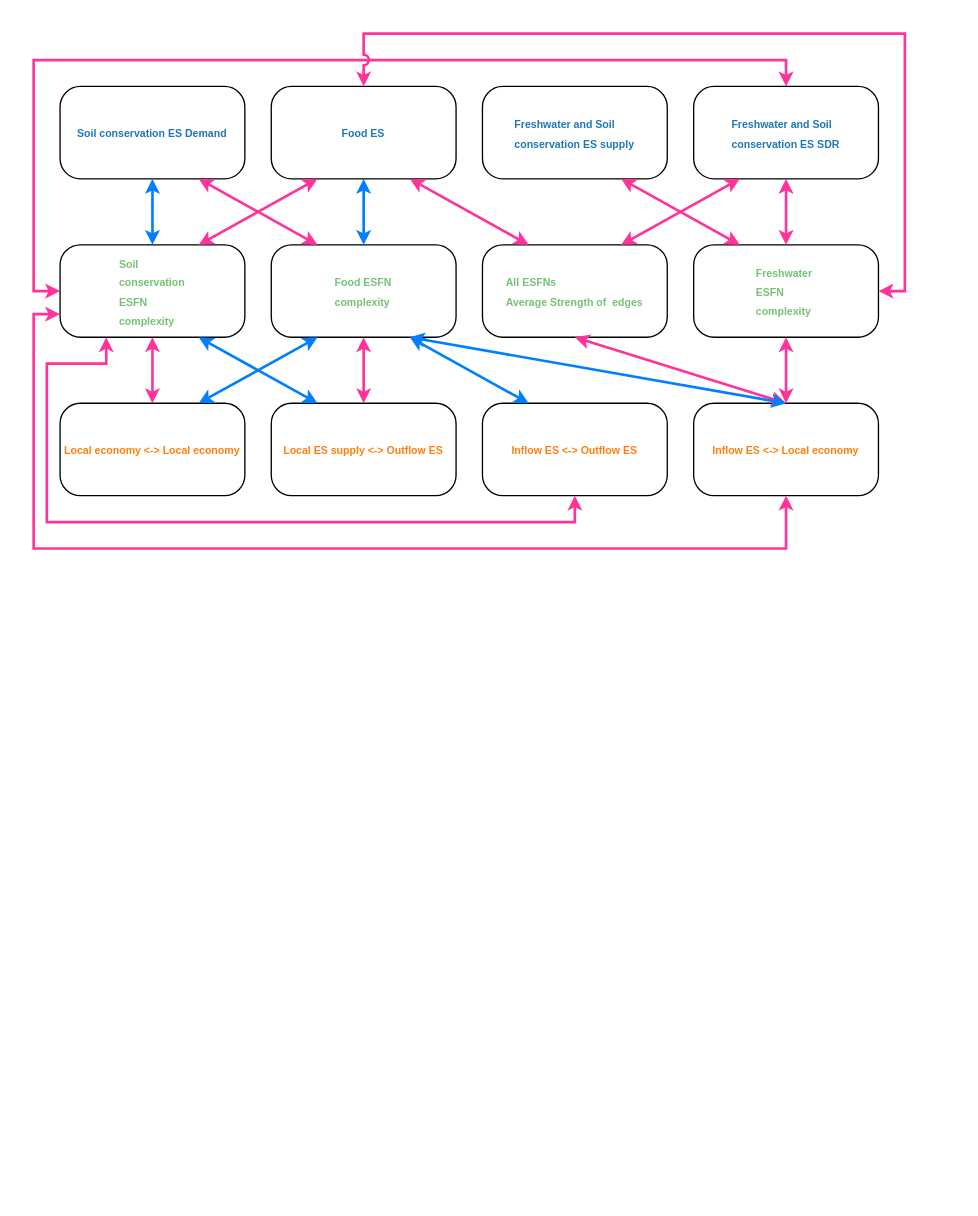
Earlier version of the draw.io diagram MIN_ESFN.drawio (THRILLERLEMON/Draw.IO). Source tidied: cells renumbered, new cells numbered last; positions are measured from the earlier drawing's top-left corner, leaving out a move shared by most shapes. Both pictures are drawn from the tidied source at 132%, with x=0, y=0 at pixel (33, 33).
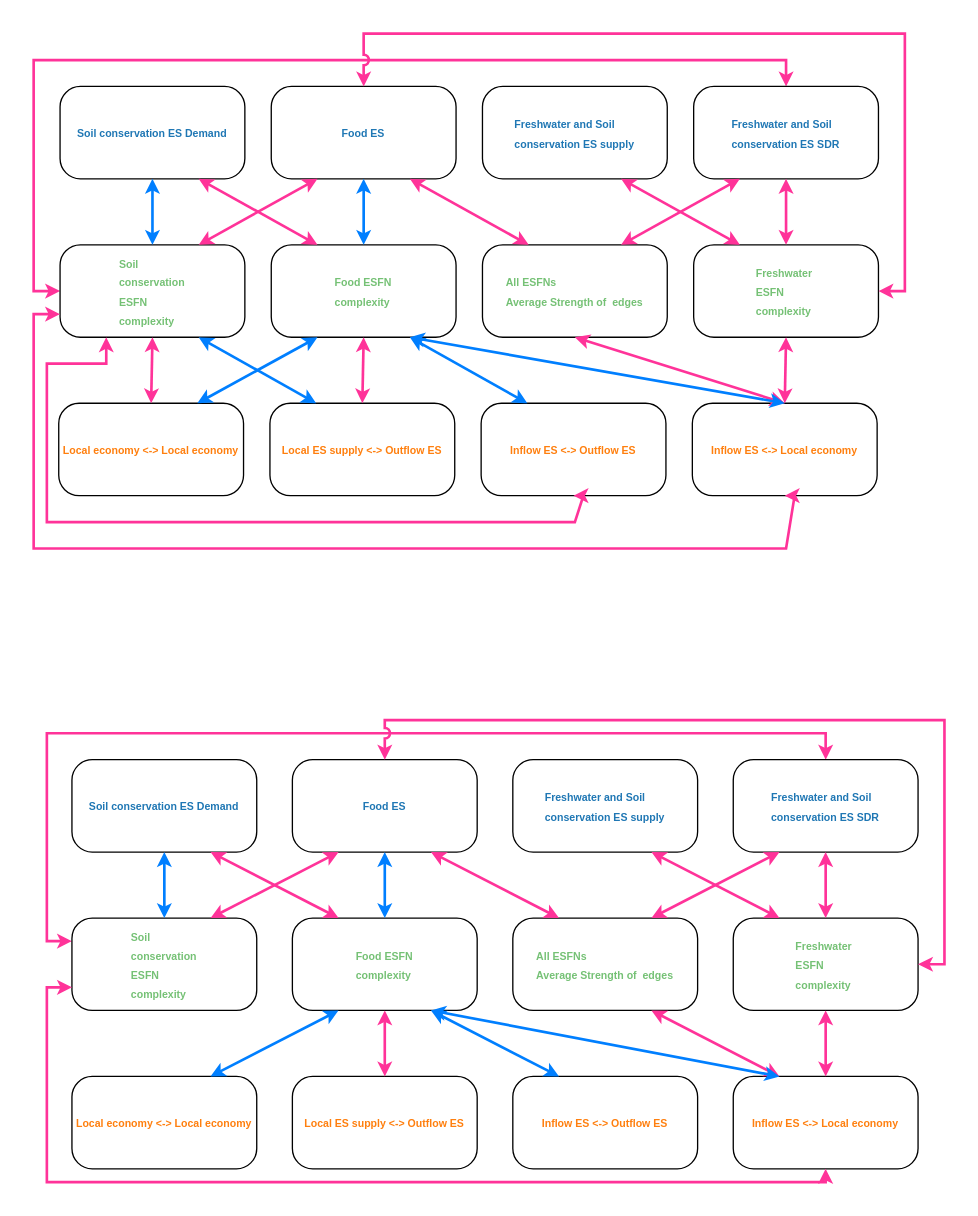
Above is the later version.

Change to the diagram source:
```diff
@@
     <mxCell id="11" value="&lt;span style=&quot;color: rgb(255, 127, 14); font-size: 8px; font-weight: 700; text-align: left;&quot;&gt;Local economy &amp;lt;-&amp;gt; Local economy&lt;/span&gt;" style="rounded=1;whiteSpace=wrap;html=1;arcSize=22;" parent="1" vertex="1">
-      <mxGeometry x="20" y="280" width="140" height="70" as="geometry" />
+      <mxGeometry x="19" y="280" width="140" height="70" as="geometry" />
     </mxCell>
     <mxCell id="12" value="&lt;b style=&quot;color: rgb(255, 127, 14); font-size: 8px; text-align: left;&quot;&gt;Local ES supply &amp;lt;-&amp;gt; Outflow ES&lt;/b&gt;" style="rounded=1;whiteSpace=wrap;html=1;arcSize=22;" parent="1" vertex="1">
-      <mxGeometry x="180" y="280" width="140" height="70" as="geometry" />
+      <mxGeometry x="179" y="280" width="140" height="70" as="geometry" />
     </mxCell>
     <mxCell id="13" value="&lt;b style=&quot;color: rgb(255, 127, 14); font-size: 8px; text-align: left;&quot;&gt;Inflow ES &amp;lt;-&amp;gt; Outflow ES&lt;/b&gt;" style="rounded=1;whiteSpace=wrap;html=1;arcSize=22;" parent="1" vertex="1">
-      <mxGeometry x="340" y="280" width="140" height="70" as="geometry" />
+      <mxGeometry x="339" y="280" width="140" height="70" as="geometry" />
     </mxCell>
     <mxCell id="14" value="&lt;b style=&quot;color: rgb(255, 127, 14); font-size: 8px; text-align: left;&quot;&gt;Inflow ES &amp;lt;-&amp;gt; Local economy&lt;/b&gt;" style="rounded=1;whiteSpace=wrap;html=1;arcSize=22;" parent="1" vertex="1">
-      <mxGeometry x="500" y="280" width="140" height="70" as="geometry" />
+      <mxGeometry x="499" y="280" width="140" height="70" as="geometry" />
     </mxCell>
@@
+    <mxCell id="34" value="&lt;p style=&quot;language:zh-CN;margin-top:0pt;margin-bottom:0pt;margin-left:0in;&lt;br/&gt;text-align:left;direction:ltr;unicode-bidi:embed;mso-line-break-override:none;&lt;br/&gt;word-break:normal;punctuation-wrap:hanging&quot;&gt;&lt;span style=&quot;color: rgb(31, 119, 180); font-family: Arial; font-size: 8px; font-weight: 700;&quot;&gt;Soil&amp;nbsp;&lt;/span&gt;&lt;span style=&quot;color: rgb(31, 119, 180); font-family: Arial; font-size: 8px; font-weight: 700;&quot;&gt;conservation ES Demand&lt;/span&gt;&lt;br&gt;&lt;/p&gt;" style="rounded=1;whiteSpace=wrap;html=1;arcSize=22;" parent="1" vertex="1">
+      <mxGeometry x="29" y="550" width="140" height="70" as="geometry" />
+    </mxCell>
+    <mxCell id="35" value="&lt;span style=&quot;color: rgb(31, 119, 180); font-size: 8px; font-weight: 700; text-align: left;&quot;&gt;Food ES&lt;/span&gt;" style="rounded=1;whiteSpace=wrap;html=1;arcSize=22;" parent="1" vertex="1">
+      <mxGeometry x="196" y="550" width="140" height="70" as="geometry" />
+    </mxCell>
+    <mxCell id="36" value="&lt;p style=&quot;text-align: left; margin-top: 0pt; margin-bottom: 0pt; margin-left: 0in; direction: ltr; unicode-bidi: embed; word-break: normal;&quot;&gt;&lt;font style=&quot;font-size: 8px;&quot;&gt;&lt;span style=&quot;color: rgb(31, 119, 180); font-weight: bold;&quot;&gt;Freshwater&amp;nbsp;&lt;/span&gt;&lt;span style=&quot;color: rgb(31, 119, 180); font-weight: bold; background-color: initial;&quot;&gt;and&amp;nbsp;&lt;/span&gt;&lt;span style=&quot;color: rgb(31, 119, 180); font-weight: bold; background-color: initial;&quot;&gt;Soil&amp;nbsp;&lt;/span&gt;&lt;/font&gt;&lt;/p&gt;&lt;p style=&quot;text-align: left; margin-top: 0pt; margin-bottom: 0pt; margin-left: 0in; direction: ltr; unicode-bidi: embed; word-break: normal;&quot;&gt;&lt;font style=&quot;font-size: 8px;&quot;&gt;&lt;span style=&quot;color: rgb(31, 119, 180); font-weight: bold; background-color: initial;&quot;&gt;conservation&lt;/span&gt;&lt;span style=&quot;background-color: initial; color: rgb(31, 119, 180); font-weight: bold;&quot;&gt;&amp;nbsp;&lt;/span&gt;&lt;span style=&quot;background-color: initial; color: rgb(31, 119, 180); font-weight: bold;&quot;&gt;ES&amp;nbsp;&lt;/span&gt;&lt;span style=&quot;color: rgb(31, 119, 180); font-weight: bold; background-color: initial;&quot;&gt;supply&lt;/span&gt;&lt;/font&gt;&lt;/p&gt;" style="rounded=1;whiteSpace=wrap;html=1;arcSize=22;" parent="1" vertex="1">
+      <mxGeometry x="363" y="550" width="140" height="70" as="geometry" />
+    </mxCell>
+    <mxCell id="37" style="edgeStyle=orthogonalEdgeStyle;rounded=0;jettySize=auto;html=1;exitX=0.5;exitY=0;exitDx=0;exitDy=0;startArrow=classic;startFill=1;endSize=5;startSize=5;strokeWidth=2;strokeColor=#FF3399;entryX=0;entryY=0.25;entryDx=0;entryDy=0;" parent="1" edge="1" source="38" target="39">
+      <mxGeometry relative="1" as="geometry">
+        <Array as="points">
+          <mxPoint x="600" y="530" />
+          <mxPoint x="10" y="530" />
+          <mxPoint x="10" y="688" />
+        </Array>
+      </mxGeometry>
+    </mxCell>
+    <mxCell id="38" value="&lt;p style=&quot;text-align: left; margin-top: 0pt; margin-bottom: 0pt; margin-left: 0in; direction: ltr; unicode-bidi: embed; word-break: normal;&quot;&gt;&lt;font style=&quot;font-size: 8px;&quot;&gt;&lt;span style=&quot;color: rgb(31, 119, 180); font-weight: bold;&quot;&gt;Freshwater&amp;nbsp;&lt;/span&gt;&lt;span style=&quot;color: rgb(31, 119, 180); font-weight: bold; background-color: initial;&quot;&gt;and&amp;nbsp;&lt;/span&gt;&lt;span style=&quot;color: rgb(31, 119, 180); font-weight: bold; background-color: initial;&quot;&gt;Soil&amp;nbsp;&lt;/span&gt;&lt;/font&gt;&lt;/p&gt;&lt;p style=&quot;text-align: left; margin-top: 0pt; margin-bottom: 0pt; margin-left: 0in; direction: ltr; unicode-bidi: embed; word-break: normal;&quot;&gt;&lt;font style=&quot;font-size: 8px;&quot;&gt;&lt;span style=&quot;color: rgb(31, 119, 180); font-weight: bold; background-color: initial;&quot;&gt;conservation&lt;/span&gt;&lt;span style=&quot;background-color: initial; color: rgb(31, 119, 180); font-weight: bold;&quot;&gt;&amp;nbsp;&lt;/span&gt;&lt;span style=&quot;background-color: initial; color: rgb(31, 119, 180); font-weight: bold;&quot;&gt;ES&amp;nbsp;&lt;/span&gt;&lt;span style=&quot;color: rgb(31, 119, 180); font-weight: bold; background-color: initial;&quot;&gt;SDR&lt;/span&gt;&lt;/font&gt;&lt;/p&gt;" style="rounded=1;whiteSpace=wrap;html=1;arcSize=22;" parent="1" vertex="1">
+      <mxGeometry x="530" y="550" width="140" height="70" as="geometry" />
+    </mxCell>
+    <mxCell id="39" value="&lt;p style=&quot;text-align: left; margin-top: 0pt; margin-bottom: 0pt; margin-left: 0in; direction: ltr; unicode-bidi: embed; word-break: normal;&quot;&gt;&lt;font color=&quot;#75c175&quot;&gt;&lt;span style=&quot;font-size: 8px;&quot;&gt;&lt;b&gt;Soil&amp;nbsp;&lt;/b&gt;&lt;/span&gt;&lt;/font&gt;&lt;/p&gt;&lt;p style=&quot;text-align: left; margin-top: 0pt; margin-bottom: 0pt; margin-left: 0in; direction: ltr; unicode-bidi: embed; word-break: normal;&quot;&gt;&lt;font color=&quot;#75c175&quot;&gt;&lt;span style=&quot;font-size: 8px;&quot;&gt;&lt;b&gt;conservation&lt;/b&gt;&lt;/span&gt;&lt;/font&gt;&lt;/p&gt;&lt;p style=&quot;text-align: left; margin-top: 0pt; margin-bottom: 0pt; margin-left: 0in; direction: ltr; unicode-bidi: embed; word-break: normal;&quot;&gt;&lt;font color=&quot;#75c175&quot;&gt;&lt;span style=&quot;font-size: 8px;&quot;&gt;&lt;b&gt;ESFN&lt;/b&gt;&lt;/span&gt;&lt;/font&gt;&lt;/p&gt;&lt;p style=&quot;text-align: left; margin-top: 0pt; margin-bottom: 0pt; margin-left: 0in; direction: ltr; unicode-bidi: embed; word-break: normal;&quot;&gt;&lt;font color=&quot;#75c175&quot;&gt;&lt;span style=&quot;font-size: 8px;&quot;&gt;&lt;b&gt;complexity&lt;/b&gt;&lt;/span&gt;&lt;/font&gt;&lt;/p&gt;" style="rounded=1;whiteSpace=wrap;html=1;arcSize=22;" parent="1" vertex="1">
+      <mxGeometry x="29" y="670" width="140" height="70" as="geometry" />
+    </mxCell>
+    <mxCell id="40" value="&lt;p style=&quot;text-align: left; margin-top: 0pt; margin-bottom: 0pt; margin-left: 0in; direction: ltr; unicode-bidi: embed; word-break: normal;&quot;&gt;&lt;font color=&quot;#75c175&quot;&gt;&lt;span style=&quot;font-size: 8px;&quot;&gt;&lt;b&gt;Food ESFN&lt;/b&gt;&lt;/span&gt;&lt;/font&gt;&lt;/p&gt;&lt;p style=&quot;text-align: left; margin-top: 0pt; margin-bottom: 0pt; margin-left: 0in; direction: ltr; unicode-bidi: embed; word-break: normal;&quot;&gt;&lt;font color=&quot;#75c175&quot;&gt;&lt;span style=&quot;font-size: 8px;&quot;&gt;&lt;b&gt;complexity&lt;/b&gt;&lt;/span&gt;&lt;/font&gt;&lt;/p&gt;" style="rounded=1;whiteSpace=wrap;html=1;arcSize=22;" parent="1" vertex="1">
+      <mxGeometry x="196" y="670" width="140" height="70" as="geometry" />
+    </mxCell>
+    <mxCell id="41" value="&lt;p style=&quot;text-align: left; margin-top: 0pt; margin-bottom: 0pt; margin-left: 0in; direction: ltr; unicode-bidi: embed; word-break: normal;&quot;&gt;&lt;font color=&quot;#75c175&quot;&gt;&lt;span style=&quot;font-size: 8px;&quot;&gt;&lt;b&gt;All ESFNs&lt;/b&gt;&lt;/span&gt;&lt;/font&gt;&lt;/p&gt;&lt;p style=&quot;text-align: left; margin-top: 0pt; margin-bottom: 0pt; margin-left: 0in; direction: ltr; unicode-bidi: embed; word-break: normal;&quot;&gt;&lt;font color=&quot;#75c175&quot;&gt;&lt;span style=&quot;font-size: 8px;&quot;&gt;&lt;b&gt;Average&amp;nbsp;&lt;/b&gt;&lt;/span&gt;&lt;/font&gt;&lt;b style=&quot;font-size: 8px; color: rgb(117, 193, 117); background-color: initial;&quot;&gt;Strength of&amp;nbsp;&amp;nbsp;&lt;/b&gt;&lt;b style=&quot;font-size: 8px; color: rgb(117, 193, 117); background-color: initial;&quot;&gt;edges&lt;/b&gt;&lt;/p&gt;" style="rounded=1;whiteSpace=wrap;html=1;arcSize=22;" parent="1" vertex="1">
+      <mxGeometry x="363" y="670" width="140" height="70" as="geometry" />
+    </mxCell>
+    <mxCell id="42" value="&lt;p style=&quot;text-align: left; margin-top: 0pt; margin-bottom: 0pt; margin-left: 0in; direction: ltr; unicode-bidi: embed; word-break: normal;&quot;&gt;&lt;font color=&quot;#75c175&quot;&gt;&lt;span style=&quot;font-size: 8px;&quot;&gt;&lt;b&gt;Freshwater&amp;nbsp;&lt;/b&gt;&lt;/span&gt;&lt;/font&gt;&lt;/p&gt;&lt;p style=&quot;text-align: left; margin-top: 0pt; margin-bottom: 0pt; margin-left: 0in; direction: ltr; unicode-bidi: embed; word-break: normal;&quot;&gt;&lt;font color=&quot;#75c175&quot;&gt;&lt;span style=&quot;font-size: 8px;&quot;&gt;&lt;b&gt;ESFN&lt;/b&gt;&lt;/span&gt;&lt;/font&gt;&lt;/p&gt;&lt;p style=&quot;text-align: left; margin-top: 0pt; margin-bottom: 0pt; margin-left: 0in; direction: ltr; unicode-bidi: embed; word-break: normal;&quot;&gt;&lt;font color=&quot;#75c175&quot;&gt;&lt;span style=&quot;font-size: 8px;&quot;&gt;&lt;b&gt;complexity&lt;/b&gt;&lt;/span&gt;&lt;/font&gt;&lt;/p&gt;" style="rounded=1;whiteSpace=wrap;html=1;arcSize=22;" parent="1" vertex="1">
+      <mxGeometry x="530" y="670" width="140" height="70" as="geometry" />
+    </mxCell>
+    <mxCell id="43" value="&lt;span style=&quot;color: rgb(255, 127, 14); font-size: 8px; font-weight: 700; text-align: left;&quot;&gt;Local economy &amp;lt;-&amp;gt; Local economy&lt;/span&gt;" style="rounded=1;whiteSpace=wrap;html=1;arcSize=22;" parent="1" vertex="1">
+      <mxGeometry x="29" y="790" width="140" height="70" as="geometry" />
+    </mxCell>
+    <mxCell id="44" value="&lt;b style=&quot;color: rgb(255, 127, 14); font-size: 8px; text-align: left;&quot;&gt;Local ES supply &amp;lt;-&amp;gt; Outflow ES&lt;/b&gt;" style="rounded=1;whiteSpace=wrap;html=1;arcSize=22;" parent="1" vertex="1">
+      <mxGeometry x="196" y="790" width="140" height="70" as="geometry" />
+    </mxCell>
+    <mxCell id="45" value="&lt;b style=&quot;color: rgb(255, 127, 14); font-size: 8px; text-align: left;&quot;&gt;Inflow ES &amp;lt;-&amp;gt; Outflow ES&lt;/b&gt;" style="rounded=1;whiteSpace=wrap;html=1;arcSize=22;" parent="1" vertex="1">
+      <mxGeometry x="363" y="790" width="140" height="70" as="geometry" />
+    </mxCell>
+    <mxCell id="46" value="&lt;b style=&quot;color: rgb(255, 127, 14); font-size: 8px; text-align: left;&quot;&gt;Inflow ES &amp;lt;-&amp;gt; Local economy&lt;/b&gt;" style="rounded=1;whiteSpace=wrap;html=1;arcSize=22;" parent="1" vertex="1">
+      <mxGeometry x="530" y="790" width="140" height="70" as="geometry" />
+    </mxCell>
+    <mxCell id="47" style="endArrow=classic;startArrow=classic;html=1;rounded=0;strokeWidth=2;endSize=5;startSize=5;entryX=0.5;entryY=1;entryDx=0;entryDy=0;exitX=0.5;exitY=0;exitDx=0;exitDy=0;strokeColor=#007FFF;" parent="1" edge="1" source="39" target="34">
+      <mxGeometry relative="1" as="geometry" />
+    </mxCell>
+    <mxCell id="48" style="endArrow=classic;startArrow=classic;html=1;rounded=0;strokeWidth=2;endSize=5;startSize=5;entryX=0.75;entryY=1;entryDx=0;entryDy=0;exitX=0.25;exitY=0;exitDx=0;exitDy=0;strokeColor=#FF3399;" parent="1" edge="1" source="40" target="34">
+      <mxGeometry relative="1" as="geometry" />
+    </mxCell>
+    <mxCell id="49" style="endArrow=classic;startArrow=classic;html=1;rounded=0;strokeWidth=2;endSize=5;startSize=5;entryX=0.75;entryY=0;entryDx=0;entryDy=0;exitX=0.25;exitY=1;exitDx=0;exitDy=0;strokeColor=#FF3399;" parent="1" edge="1" source="35" target="39">
+      <mxGeometry relative="1" as="geometry" />
+    </mxCell>
+    <mxCell id="50" style="endArrow=classic;startArrow=classic;html=1;rounded=0;strokeWidth=2;endSize=5;startSize=5;entryX=0.5;entryY=1;entryDx=0;entryDy=0;exitX=0.5;exitY=0;exitDx=0;exitDy=0;strokeColor=#007FFF;" parent="1" edge="1" source="40" target="35">
+      <mxGeometry relative="1" as="geometry" />
+    </mxCell>
+    <mxCell id="51" style="endArrow=classic;startArrow=classic;html=1;rounded=0;strokeWidth=2;endSize=5;startSize=5;entryX=0.5;entryY=1;entryDx=0;entryDy=0;exitX=0.5;exitY=0;exitDx=0;exitDy=0;strokeColor=#FF3399;" parent="1" edge="1" source="42" target="38">
+      <mxGeometry relative="1" as="geometry" />
+    </mxCell>
+    <mxCell id="52" style="endArrow=classic;startArrow=classic;html=1;rounded=0;strokeWidth=2;endSize=5;startSize=5;entryX=0.75;entryY=1;entryDx=0;entryDy=0;exitX=0.25;exitY=0;exitDx=0;exitDy=0;strokeColor=#FF3399;" parent="1" edge="1" source="41" target="35">
+      <mxGeometry relative="1" as="geometry" />
+    </mxCell>
+    <mxCell id="53" style="endArrow=classic;startArrow=classic;html=1;rounded=0;strokeWidth=2;endSize=5;startSize=5;entryX=0.75;entryY=1;entryDx=0;entryDy=0;exitX=0.25;exitY=0;exitDx=0;exitDy=0;strokeColor=#FF3399;" parent="1" edge="1" source="42" target="36">
+      <mxGeometry relative="1" as="geometry" />
+    </mxCell>
+    <mxCell id="54" style="endArrow=classic;startArrow=classic;html=1;rounded=0;strokeWidth=2;endSize=5;startSize=5;entryX=0.75;entryY=0;entryDx=0;entryDy=0;exitX=0.25;exitY=1;exitDx=0;exitDy=0;strokeColor=#FF3399;" parent="1" edge="1" source="38" target="41">
+      <mxGeometry relative="1" as="geometry" />
+    </mxCell>
+    <mxCell id="55" style="edgeStyle=orthogonalEdgeStyle;rounded=0;jettySize=auto;html=1;exitX=1;exitY=0.5;exitDx=0;exitDy=0;startArrow=classic;startFill=1;endSize=5;startSize=5;strokeWidth=2;strokeColor=#FF3399;entryX=0.5;entryY=0;entryDx=0;entryDy=0;jumpStyle=arc;" parent="1" edge="1" source="42" target="35">
+      <mxGeometry relative="1" as="geometry">
+        <Array as="points">
+          <mxPoint x="690" y="705" />
+          <mxPoint x="690" y="520" />
+          <mxPoint x="266" y="520" />
+        </Array>
+      </mxGeometry>
+    </mxCell>
+    <mxCell id="56" style="endArrow=classic;startArrow=classic;html=1;rounded=0;strokeWidth=2;endSize=5;startSize=5;entryX=0.5;entryY=1;entryDx=0;entryDy=0;exitX=0.5;exitY=0;exitDx=0;exitDy=0;strokeColor=#FF3399;" parent="1" edge="1" source="44" target="40">
+      <mxGeometry relative="1" as="geometry" />
+    </mxCell>
+    <mxCell id="57" style="endArrow=classic;startArrow=classic;html=1;rounded=0;strokeWidth=2;endSize=5;startSize=5;entryX=0.25;entryY=1;entryDx=0;entryDy=0;exitX=0.75;exitY=0;exitDx=0;exitDy=0;strokeColor=#007FFF;" parent="1" edge="1" source="43" target="40">
+      <mxGeometry relative="1" as="geometry" />
+    </mxCell>
+    <mxCell id="58" style="endArrow=classic;startArrow=classic;html=1;rounded=0;strokeWidth=2;endSize=5;startSize=5;entryX=0.75;entryY=1;entryDx=0;entryDy=0;exitX=0.25;exitY=0;exitDx=0;exitDy=0;strokeColor=#007FFF;" parent="1" edge="1" source="45" target="40">
+      <mxGeometry relative="1" as="geometry" />
+    </mxCell>
+    <mxCell id="59" style="endArrow=classic;startArrow=classic;html=1;rounded=0;strokeWidth=2;endSize=5;startSize=5;entryX=0.5;entryY=1;entryDx=0;entryDy=0;exitX=0.5;exitY=0;exitDx=0;exitDy=0;strokeColor=#FF3399;" parent="1" edge="1" source="46" target="42">
+      <mxGeometry relative="1" as="geometry" />
+    </mxCell>
+    <mxCell id="60" style="endArrow=classic;startArrow=classic;html=1;rounded=0;strokeWidth=2;endSize=5;startSize=5;entryX=0.75;entryY=1;entryDx=0;entryDy=0;exitX=0.25;exitY=0;exitDx=0;exitDy=0;strokeColor=#FF3399;" parent="1" edge="1" source="46" target="41">
+      <mxGeometry relative="1" as="geometry" />
+    </mxCell>
+    <mxCell id="61" style="edgeStyle=orthogonalEdgeStyle;rounded=0;jettySize=auto;html=1;exitX=0.5;exitY=1;exitDx=0;exitDy=0;startArrow=classic;startFill=1;endSize=5;startSize=5;strokeWidth=2;strokeColor=#FF3399;entryX=0;entryY=0.75;entryDx=0;entryDy=0;jumpStyle=arc;" parent="1" edge="1" source="46" target="39">
+      <mxGeometry relative="1" as="geometry">
+        <Array as="points">
+          <mxPoint x="600" y="870" />
+          <mxPoint x="10" y="870" />
+          <mxPoint x="10" y="723" />
+        </Array>
+      </mxGeometry>
+    </mxCell>
+    <mxCell id="62" style="endArrow=classic;startArrow=classic;html=1;rounded=0;strokeWidth=2;endSize=5;startSize=5;entryX=0.75;entryY=1;entryDx=0;entryDy=0;exitX=0.25;exitY=0;exitDx=0;exitDy=0;strokeColor=#007FFF;" parent="1" edge="1" source="46" target="40">
+      <mxGeometry relative="1" as="geometry" />
+    </mxCell>
```
